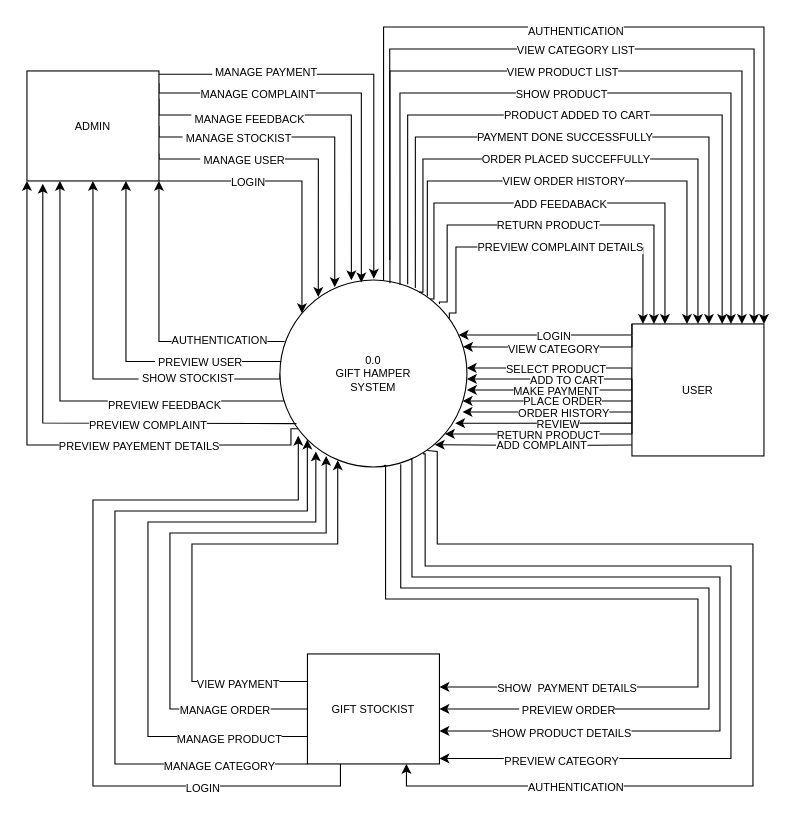
The draw.io diagram page "DFD-0" (9 of 18) of DOCUMENTATION.drawio in panchalbhavya2210/gift_documentation, before the edit. Source tidied: cells renumbered, new cells numbered last; positions are measured from the earlier drawing's top-left corner, leaving out a move shared by most shapes. Both pictures are drawn from the tidied source at 110%, with x=0, y=0 at pixel (26, 26).
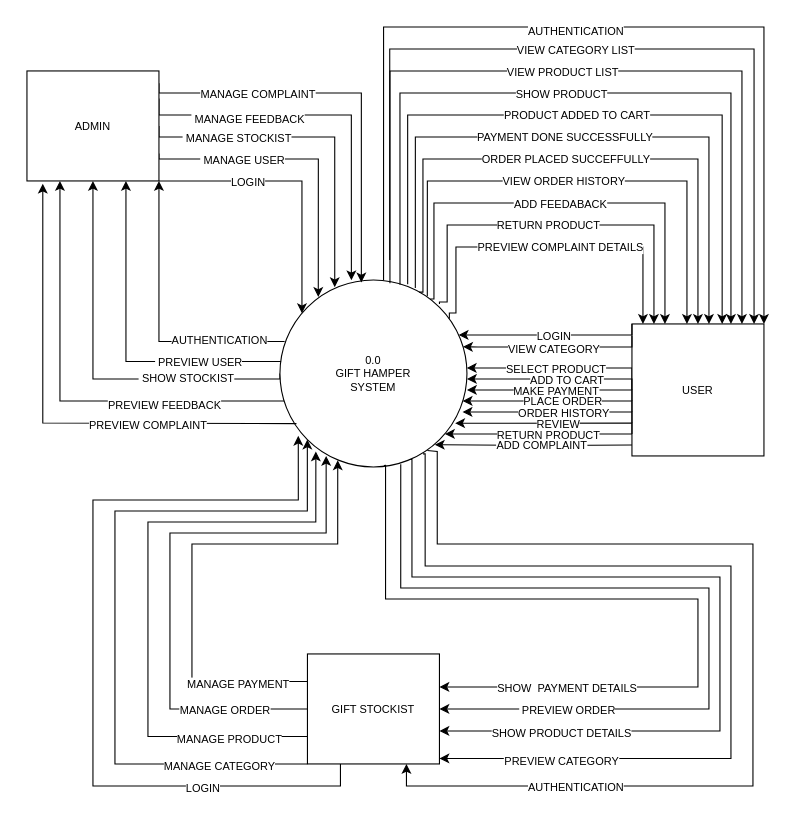
The same diagram, later.

Unchanged cells that the change refers to:
```xml
<mxCell id="6" value="0.0&lt;br style=&quot;font-size: 10px;&quot;&gt;GIFT HAMPER&lt;br style=&quot;font-size: 10px;&quot;&gt;SYSTEM" style="ellipse;whiteSpace=wrap;html=1;fontSize=10;" parent="1" vertex="1">
  <mxGeometry x="230" y="230" width="170" height="170" as="geometry" />
</mxCell>
<mxCell id="25" value="ADMIN" style="rounded=0;whiteSpace=wrap;html=1;fontSize=10;" parent="1" vertex="1">
  <mxGeometry y="40" width="120" height="100" as="geometry" />
</mxCell>
<mxCell id="80" style="edgeStyle=orthogonalEdgeStyle;rounded=0;jettySize=auto;html=1;exitX=0;exitY=0.25;exitDx=0;exitDy=0;entryX=0.309;entryY=0.964;entryDx=0;entryDy=0;entryPerimeter=0;fontSize=10;" parent="1" edge="1" source="35" target="6">
  <mxGeometry relative="1" as="geometry">
    <Array as="points">
      <mxPoint x="150" y="595" />
      <mxPoint x="150" y="470" />
      <mxPoint x="282" y="470" />
    </Array>
  </mxGeometry>
</mxCell>
```

What changed in the source:
```diff
@@
-    <mxCell id="81" value="VIEW PAYMENT" style="edgeLabel;html=1;align=center;verticalAlign=middle;fontSize=10;" parent="80" vertex="1">
+    <mxCell id="81" value="MANAGE PAYMENT" style="edgeLabel;html=1;align=center;verticalAlign=middle;fontSize=10;" parent="80" vertex="1">
       <mxGeometry x="-0.71" y="1" relative="1" as="geometry" />
     </mxCell>
@@
-    <mxCell id="88" style="edgeStyle=orthogonalEdgeStyle;rounded=0;orthogonalLoop=1;jettySize=auto;html=1;exitX=1;exitY=0;exitDx=0;exitDy=0;entryX=0.502;entryY=-0.025;entryDx=0;entryDy=0;entryPerimeter=0;fontSize=10;" parent="1" edge="1">
-      <mxGeometry relative="1" as="geometry">
-        <mxPoint x="120" y="43" as="sourcePoint" />
-        <mxPoint x="315.3" y="228.8" as="targetPoint" />
-        <Array as="points">
-          <mxPoint x="315" y="43" />
-        </Array>
-      </mxGeometry>
-    </mxCell>
-    <mxCell id="89" value="&amp;nbsp;MANAGE PAYMENT" style="edgeLabel;html=1;align=center;verticalAlign=middle;fontSize=10;" parent="88" vertex="1">
-      <mxGeometry x="-0.5" y="3" relative="1" as="geometry" />
-    </mxCell>
-    <mxCell id="90" style="edgeStyle=orthogonalEdgeStyle;rounded=0;jettySize=auto;html=1;exitX=0.097;exitY=0.796;exitDx=0;exitDy=0;entryX=0;entryY=1;entryDx=0;entryDy=0;exitPerimeter=0;fontSize=10;" parent="1" edge="1" source="6" target="25">
-      <mxGeometry relative="1" as="geometry">
-        <Array as="points">
-          <mxPoint x="240" y="365" />
-          <mxPoint x="240" y="380" />
-          <mxPoint y="380" />
-        </Array>
-      </mxGeometry>
-    </mxCell>
-    <mxCell id="91" value="PREVIEW PAYEMENT DETAILS" style="edgeLabel;html=1;align=center;verticalAlign=middle;fontSize=10;" parent="90" vertex="1">
-      <mxGeometry x="-0.36" relative="1" as="geometry" />
-    </mxCell>
```
